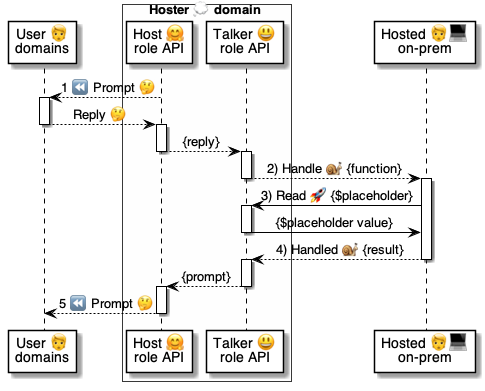
Before: 5 ⏩ Flows/79 😃⏩ Talkers/.📎 Assets/Handle.png, a diagram exported from PlantUML (pollyweb-org/pollyweb-docs). Its source is kept beside it as 5 ⏩ Flows/79 😃⏩ Talkers/.📎 Assets/Handle.puml. The source it was exported from:
```plantuml
@startuml Handle

participant "User 🧑\ndomains" as user
box Hoster 💭 domain #FFFFFA
    participant "Host 🤗\nrole API" as host
    participant "Talker 😃\nrole API" as talker
end box
participant "Hosted 🧑‍💻\non-prem" as hosted

    host --> user: 1 ⏪ Prompt 🤔

activate user
    user --> host: Reply 🤔
deactivate user

activate host
    host --> talker: {reply}
deactivate host

activate talker
    talker --> hosted: 2) Handle 🐌 {function}
deactivate talker

activate hosted

    hosted -> talker: 3) Read 🚀 {$placeholder}

    activate talker
        talker -> hosted: {$placeholder value}
    deactivate talker

    hosted --> talker: 4) Handled 🐌 {result}
deactivate hosted

activate talker
    talker --> host: {prompt}
deactivate talker

activate host
    host --> user: 5 ⏪ Prompt 🤔
deactivate host

@enduml
```
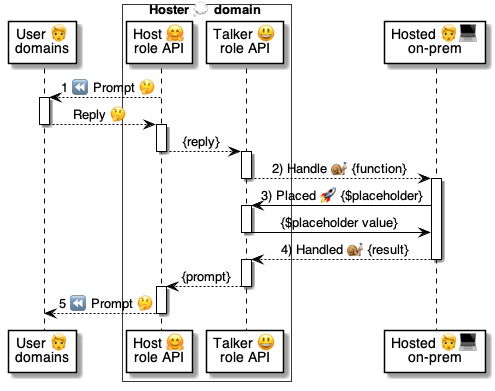
The same file after the commit.

The edit, as a diff of the source:
```diff
@@ -23,7 +23,7 @@
 
 activate hosted
 
-    hosted -> talker: 3) Read 🚀 {$placeholder}
+    hosted -> talker: 3) Placed 🚀 {$placeholder}
 
     activate talker
         talker -> hosted: {$placeholder value}
```
